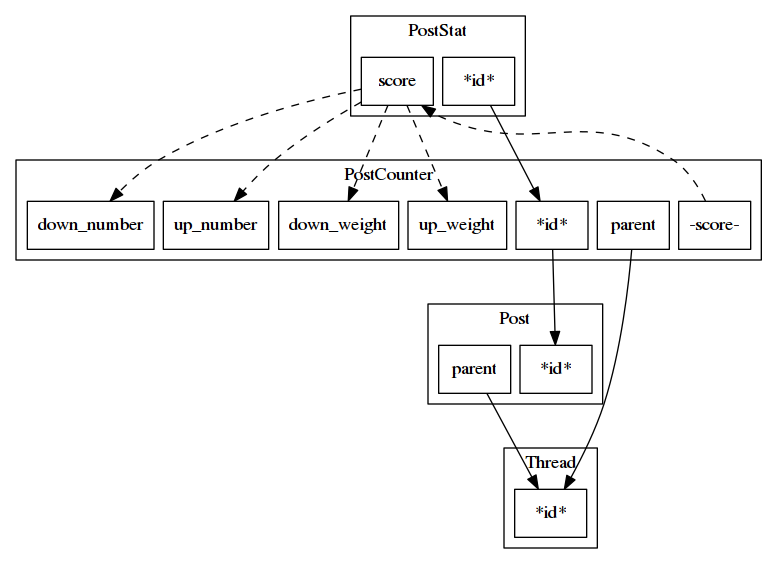
The Graphviz diagram pages/graph/erd/postcounters.png in cc98-frontend-development/API, before a commit. Its source is kept beside it as pages/graph/erd/postcounters.dot.
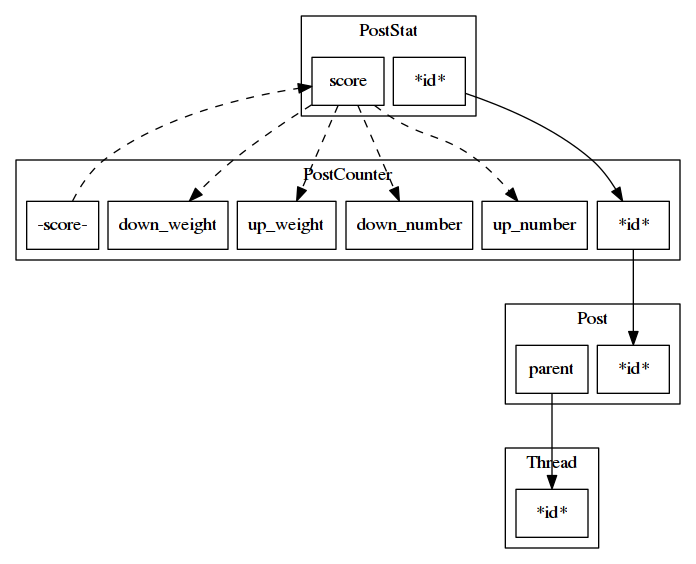
The same file after the commit.

Diff of the diagram source:
```diff
@@ -6,7 +6,6 @@
 	subgraph cluster_post_counter {
 		label = "PostCounter";
 		node_a_post_counter_id             [ label = "*id*" ];
-		node_a_post_counter_parent         [ label = "parent" ];
 		node_a_post_counter_up_number      [ label = "up_number"];
 		node_a_post_counter_down_number    [ label = "down_number"];
 		node_a_post_counter_up_weight      [ label = "up_weight"];
@@ -33,7 +32,6 @@
 
 	node_a_post_stat_id -> node_a_post_counter_id;
 	node_a_post_counter_id -> node_a_post_id;
-	node_a_post_counter_parent -> node_a_thread_id;
 	node_a_post_parent -> node_a_thread_id;
 
 	node_a_post_stat_score -> node_a_post_counter_up_number [ style = dashed ];
```
